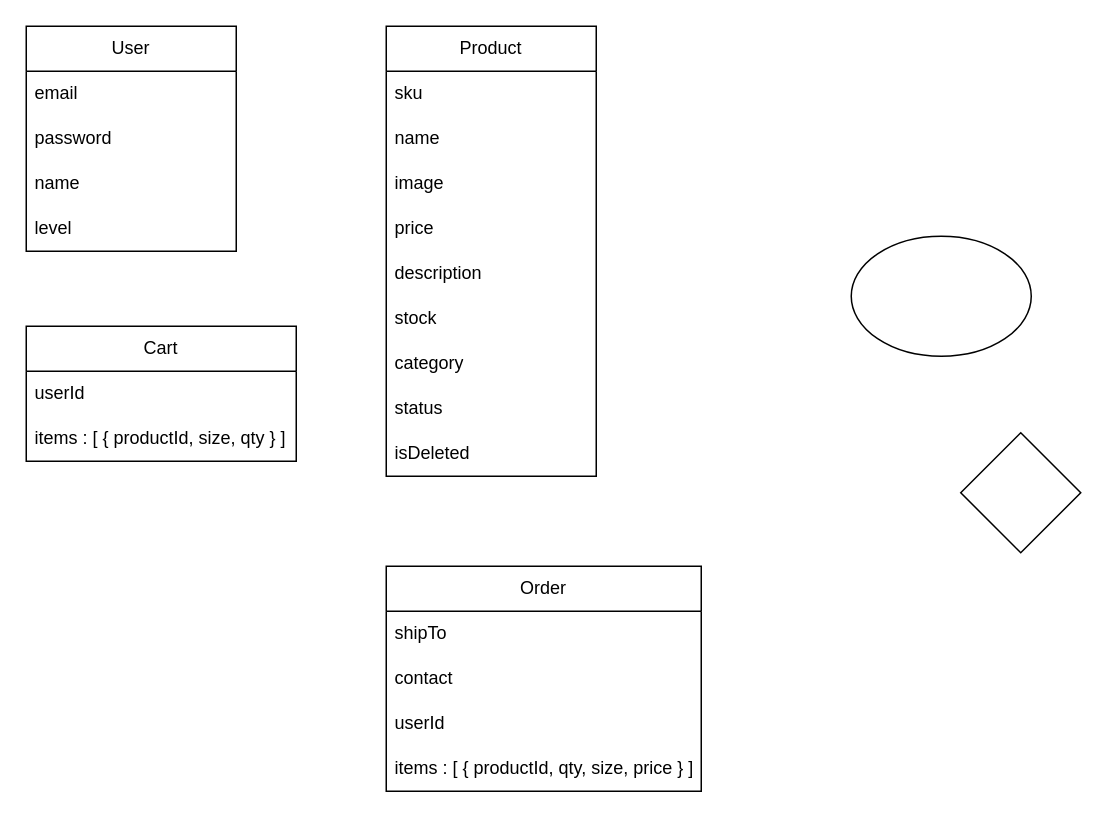
shostga/noona-todo-demo keeps this draw.io diagram as js-shopping-mall 다이어그램.drawio. Above is the earlier version. Source tidied: cells renumbered, new cells numbered last; positions are measured from the earlier drawing's top-left corner, leaving out a move shared by most shapes. Both pictures are drawn from the tidied source at 150%, with x=0, y=0 at pixel (26, 26).
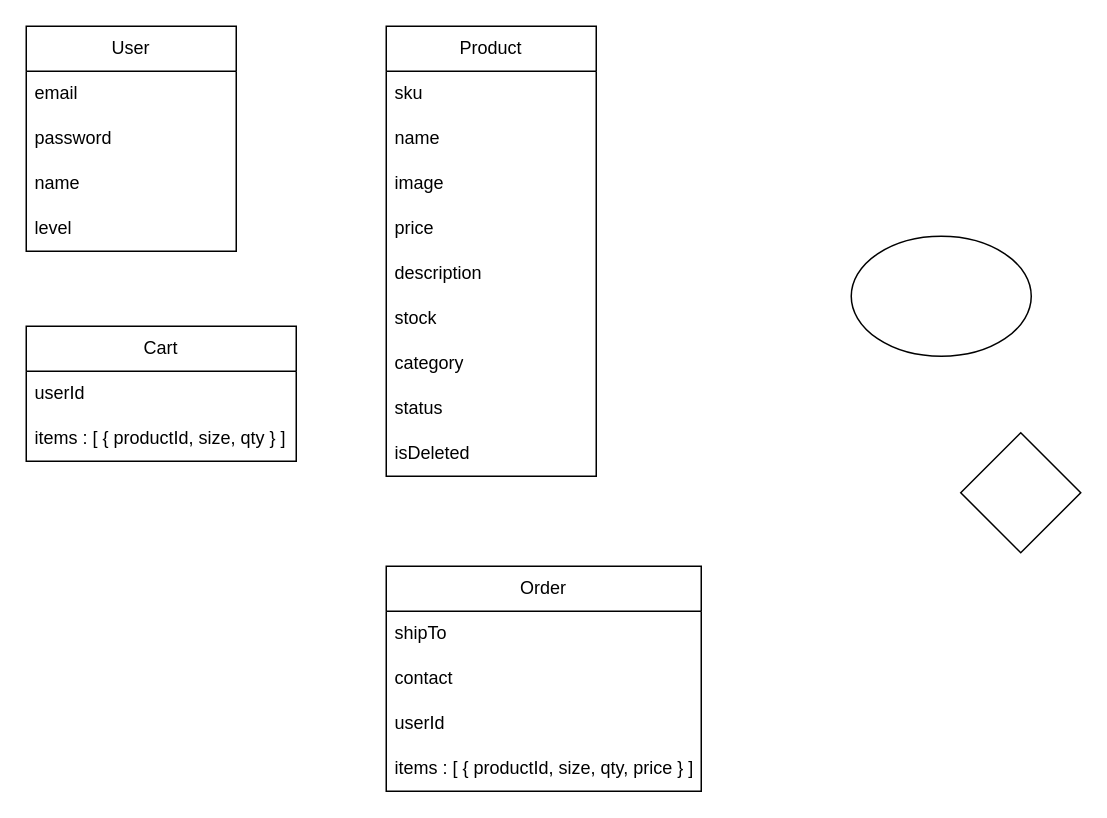
The same page after the edit.

Commit message:
size, qty 순서 변경

Unchanged cells that the change refers to:
```xml
<mxCell id="21" value="Order" style="swimlane;fontStyle=0;horizontal=1;startSize=30;whiteSpace=wrap;html=1;" parent="1" vertex="1">
  <mxGeometry x="240" y="360" width="210" height="150" as="geometry" />
</mxCell>
```

Diff of the diagram source:
```diff
@@
-    <mxCell id="25" value="items : [ { productId, qty, size, price } ]" style="text;strokeColor=none;fillColor=none;align=left;verticalAlign=middle;spacingLeft=4;spacingRight=4;overflow=hidden;whiteSpace=wrap;html=1;" parent="21" vertex="1">
+    <mxCell id="25" value="items : [ { productId, size, qty, price } ]" style="text;strokeColor=none;fillColor=none;align=left;verticalAlign=middle;spacingLeft=4;spacingRight=4;overflow=hidden;whiteSpace=wrap;html=1;" parent="21" vertex="1">
       <mxGeometry y="120" width="210" height="30" as="geometry" />
     </mxCell>
```
